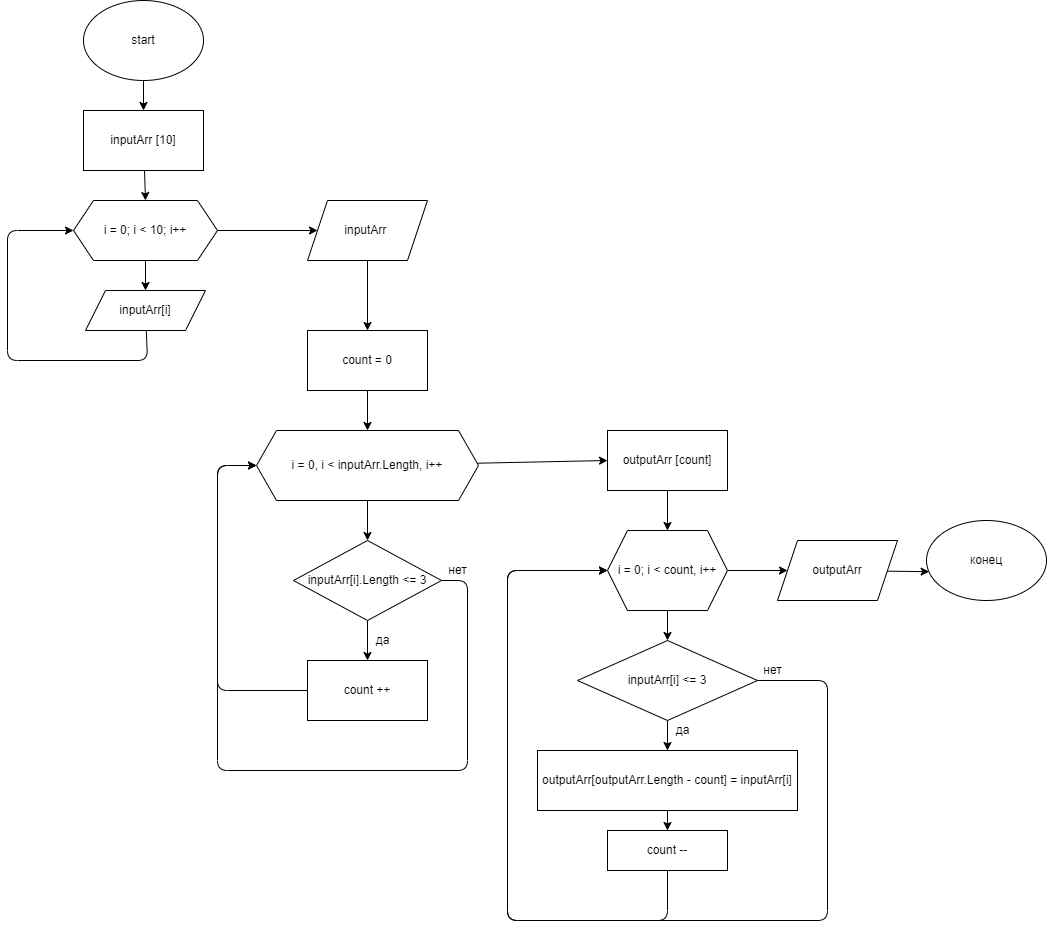
The draw.io diagram test.drawio.png in Ksulka/TestWork_07_22, before a commit. Source tidied: cells renumbered, new cells last; positions are measured from the earlier drawing's top-left corner, leaving out a move shared by most shapes. The source it was exported from:
```xml
<mxGraphModel>
  <root>
    <mxCell id="0" />
    <mxCell id="1" parent="0" />
    <mxCell id="2" style="edgeStyle=none;html=1;entryX=0.5;entryY=0;entryDx=0;entryDy=0;" parent="1" edge="1" source="3" target="10">
      <mxGeometry relative="1" as="geometry" />
    </mxCell>
    <mxCell id="3" value="start" style="ellipse;whiteSpace=wrap;html=1;" parent="1" vertex="1">
      <mxGeometry x="76" width="120" height="80" as="geometry" />
    </mxCell>
    <mxCell id="4" style="edgeStyle=none;html=1;entryX=0.5;entryY=0;entryDx=0;entryDy=0;" parent="1" edge="1" source="6" target="8">
      <mxGeometry relative="1" as="geometry" />
    </mxCell>
    <mxCell id="5" style="edgeStyle=none;html=1;" parent="1" edge="1" source="6" target="36">
      <mxGeometry relative="1" as="geometry" />
    </mxCell>
    <mxCell id="6" value="i = 0; i &amp;lt; 10; i++" style="shape=hexagon;perimeter=hexagonPerimeter2;whiteSpace=wrap;html=1;fixedSize=1;" parent="1" vertex="1">
      <mxGeometry x="66" y="200" width="144" height="60" as="geometry" />
    </mxCell>
    <mxCell id="7" style="edgeStyle=none;html=1;entryX=0;entryY=0.5;entryDx=0;entryDy=0;" parent="1" edge="1" source="8" target="6">
      <mxGeometry relative="1" as="geometry">
        <Array as="points">
          <mxPoint x="140" y="360" />
          <mxPoint y="360" />
          <mxPoint y="230" />
        </Array>
      </mxGeometry>
    </mxCell>
    <mxCell id="8" value="inputArr[i]" style="shape=parallelogram;perimeter=parallelogramPerimeter;whiteSpace=wrap;html=1;fixedSize=1;" parent="1" vertex="1">
      <mxGeometry x="78" y="290" width="120" height="40" as="geometry" />
    </mxCell>
    <mxCell id="9" style="edgeStyle=none;html=1;entryX=0.5;entryY=0;entryDx=0;entryDy=0;" parent="1" edge="1" source="10" target="6">
      <mxGeometry relative="1" as="geometry" />
    </mxCell>
    <mxCell id="10" value="inputArr [10]" style="rounded=0;whiteSpace=wrap;html=1;" parent="1" vertex="1">
      <mxGeometry x="76" y="110" width="120" height="60" as="geometry" />
    </mxCell>
    <mxCell id="11" style="edgeStyle=none;html=1;" parent="1" edge="1" source="12" target="15">
      <mxGeometry relative="1" as="geometry" />
    </mxCell>
    <mxCell id="12" value="count = 0" style="rounded=0;whiteSpace=wrap;html=1;" parent="1" vertex="1">
      <mxGeometry x="300" y="330" width="120" height="60" as="geometry" />
    </mxCell>
    <mxCell id="13" style="edgeStyle=none;html=1;entryX=0.5;entryY=0;entryDx=0;entryDy=0;" parent="1" edge="1" source="15" target="18">
      <mxGeometry relative="1" as="geometry" />
    </mxCell>
    <mxCell id="14" style="edgeStyle=none;html=1;entryX=0;entryY=0.5;entryDx=0;entryDy=0;" parent="1" edge="1" source="15" target="25">
      <mxGeometry relative="1" as="geometry" />
    </mxCell>
    <mxCell id="15" value="i = 0, i &amp;lt; inputArr.Length, i++" style="shape=hexagon;perimeter=hexagonPerimeter2;whiteSpace=wrap;html=1;fixedSize=1;" parent="1" vertex="1">
      <mxGeometry x="249" y="430" width="222" height="70" as="geometry" />
    </mxCell>
    <mxCell id="16" style="edgeStyle=none;html=1;entryX=0.5;entryY=0;entryDx=0;entryDy=0;" parent="1" edge="1" source="18" target="20">
      <mxGeometry relative="1" as="geometry" />
    </mxCell>
    <mxCell id="17" style="edgeStyle=none;html=1;exitX=1;exitY=0.5;exitDx=0;exitDy=0;entryX=0;entryY=0.5;entryDx=0;entryDy=0;" parent="1" edge="1" source="18" target="15">
      <mxGeometry relative="1" as="geometry">
        <Array as="points">
          <mxPoint x="460" y="580" />
          <mxPoint x="460" y="770" />
          <mxPoint x="210" y="770" />
          <mxPoint x="210" y="465" />
        </Array>
      </mxGeometry>
    </mxCell>
    <mxCell id="18" value="inputArr[i].Length &amp;lt;= 3" style="rhombus;whiteSpace=wrap;html=1;" parent="1" vertex="1">
      <mxGeometry x="286" y="540" width="148" height="80" as="geometry" />
    </mxCell>
    <mxCell id="19" style="edgeStyle=none;html=1;entryX=0;entryY=0.5;entryDx=0;entryDy=0;" parent="1" edge="1" source="20" target="15">
      <mxGeometry relative="1" as="geometry">
        <Array as="points">
          <mxPoint x="210" y="690" />
          <mxPoint x="210" y="465" />
        </Array>
      </mxGeometry>
    </mxCell>
    <mxCell id="20" value="count ++" style="rounded=0;whiteSpace=wrap;html=1;" parent="1" vertex="1">
      <mxGeometry x="300" y="660" width="120" height="60" as="geometry" />
    </mxCell>
    <mxCell id="21" style="edgeStyle=none;html=1;entryX=0.5;entryY=0;entryDx=0;entryDy=0;" parent="1" edge="1" source="23" target="28">
      <mxGeometry relative="1" as="geometry" />
    </mxCell>
    <mxCell id="22" style="edgeStyle=none;html=1;entryX=0;entryY=0.5;entryDx=0;entryDy=0;" parent="1" edge="1" source="23" target="34">
      <mxGeometry relative="1" as="geometry" />
    </mxCell>
    <mxCell id="23" value="i = 0; i &amp;lt; count, i++" style="shape=hexagon;perimeter=hexagonPerimeter2;whiteSpace=wrap;html=1;fixedSize=1;" parent="1" vertex="1">
      <mxGeometry x="600" y="530" width="120" height="80" as="geometry" />
    </mxCell>
    <mxCell id="24" style="edgeStyle=none;html=1;entryX=0.5;entryY=0;entryDx=0;entryDy=0;" parent="1" edge="1" source="25" target="23">
      <mxGeometry relative="1" as="geometry" />
    </mxCell>
    <mxCell id="25" value="outputArr [count]" style="rounded=0;whiteSpace=wrap;html=1;" parent="1" vertex="1">
      <mxGeometry x="600" y="430" width="120" height="60" as="geometry" />
    </mxCell>
    <mxCell id="26" style="edgeStyle=none;html=1;" parent="1" edge="1" source="28" target="30">
      <mxGeometry relative="1" as="geometry" />
    </mxCell>
    <mxCell id="27" style="edgeStyle=none;html=1;entryX=0;entryY=0.5;entryDx=0;entryDy=0;" parent="1" edge="1" source="28" target="23">
      <mxGeometry relative="1" as="geometry">
        <Array as="points">
          <mxPoint x="820" y="680" />
          <mxPoint x="820" y="920" />
          <mxPoint x="500" y="920" />
          <mxPoint x="500" y="750" />
          <mxPoint x="500" y="570" />
        </Array>
      </mxGeometry>
    </mxCell>
    <mxCell id="28" value="inputArr[i] &amp;lt;= 3" style="rhombus;whiteSpace=wrap;html=1;" parent="1" vertex="1">
      <mxGeometry x="570" y="640" width="180" height="80" as="geometry" />
    </mxCell>
    <mxCell id="29" style="edgeStyle=none;html=1;entryX=0.5;entryY=0;entryDx=0;entryDy=0;" parent="1" edge="1" source="30" target="32">
      <mxGeometry relative="1" as="geometry" />
    </mxCell>
    <mxCell id="30" value="outputArr[outputArr.Length - count] = inputArr[i]" style="rounded=0;whiteSpace=wrap;html=1;" parent="1" vertex="1">
      <mxGeometry x="530" y="750" width="260" height="60" as="geometry" />
    </mxCell>
    <mxCell id="31" style="edgeStyle=none;html=1;" parent="1" edge="1" source="32">
      <mxGeometry relative="1" as="geometry">
        <mxPoint x="600" y="570" as="targetPoint" />
        <Array as="points">
          <mxPoint x="660" y="920" />
          <mxPoint x="500" y="920" />
          <mxPoint x="500" y="570" />
        </Array>
      </mxGeometry>
    </mxCell>
    <mxCell id="32" value="count --" style="rounded=0;whiteSpace=wrap;html=1;" parent="1" vertex="1">
      <mxGeometry x="600" y="830" width="120" height="40" as="geometry" />
    </mxCell>
    <mxCell id="33" style="edgeStyle=none;html=1;entryX=0.022;entryY=0.64;entryDx=0;entryDy=0;entryPerimeter=0;" parent="1" edge="1" source="34" target="37">
      <mxGeometry relative="1" as="geometry" />
    </mxCell>
    <mxCell id="34" value="outputArr" style="shape=parallelogram;perimeter=parallelogramPerimeter;whiteSpace=wrap;html=1;fixedSize=1;" parent="1" vertex="1">
      <mxGeometry x="770" y="540" width="120" height="60" as="geometry" />
    </mxCell>
    <mxCell id="35" style="edgeStyle=none;html=1;entryX=0.5;entryY=0;entryDx=0;entryDy=0;" parent="1" edge="1" source="36" target="12">
      <mxGeometry relative="1" as="geometry" />
    </mxCell>
    <mxCell id="36" value="inputArr&amp;nbsp;" style="shape=parallelogram;perimeter=parallelogramPerimeter;whiteSpace=wrap;html=1;fixedSize=1;" parent="1" vertex="1">
      <mxGeometry x="300" y="200" width="120" height="60" as="geometry" />
    </mxCell>
    <mxCell id="37" value="конец" style="ellipse;whiteSpace=wrap;html=1;" parent="1" vertex="1">
      <mxGeometry x="919" y="520" width="120" height="80" as="geometry" />
    </mxCell>
    <mxCell id="38" value="нет" style="text;html=1;align=center;verticalAlign=middle;strokeColor=none;fillColor=none;" parent="1" vertex="1">
      <mxGeometry x="435" y="560" width="30" height="20" as="geometry" />
    </mxCell>
    <mxCell id="39" value="да" style="text;html=1;align=center;verticalAlign=middle;strokeColor=none;fillColor=none;" parent="1" vertex="1">
      <mxGeometry x="360" y="630" width="30" height="20" as="geometry" />
    </mxCell>
    <mxCell id="40" value="да" style="text;html=1;align=center;verticalAlign=middle;strokeColor=none;fillColor=none;" parent="1" vertex="1">
      <mxGeometry x="660" y="720" width="30" height="20" as="geometry" />
    </mxCell>
    <mxCell id="41" value="нет" style="text;html=1;align=center;verticalAlign=middle;strokeColor=none;fillColor=none;" parent="1" vertex="1">
      <mxGeometry x="750" y="660" width="30" height="20" as="geometry" />
    </mxCell>
  </root>
</mxGraphModel>
```
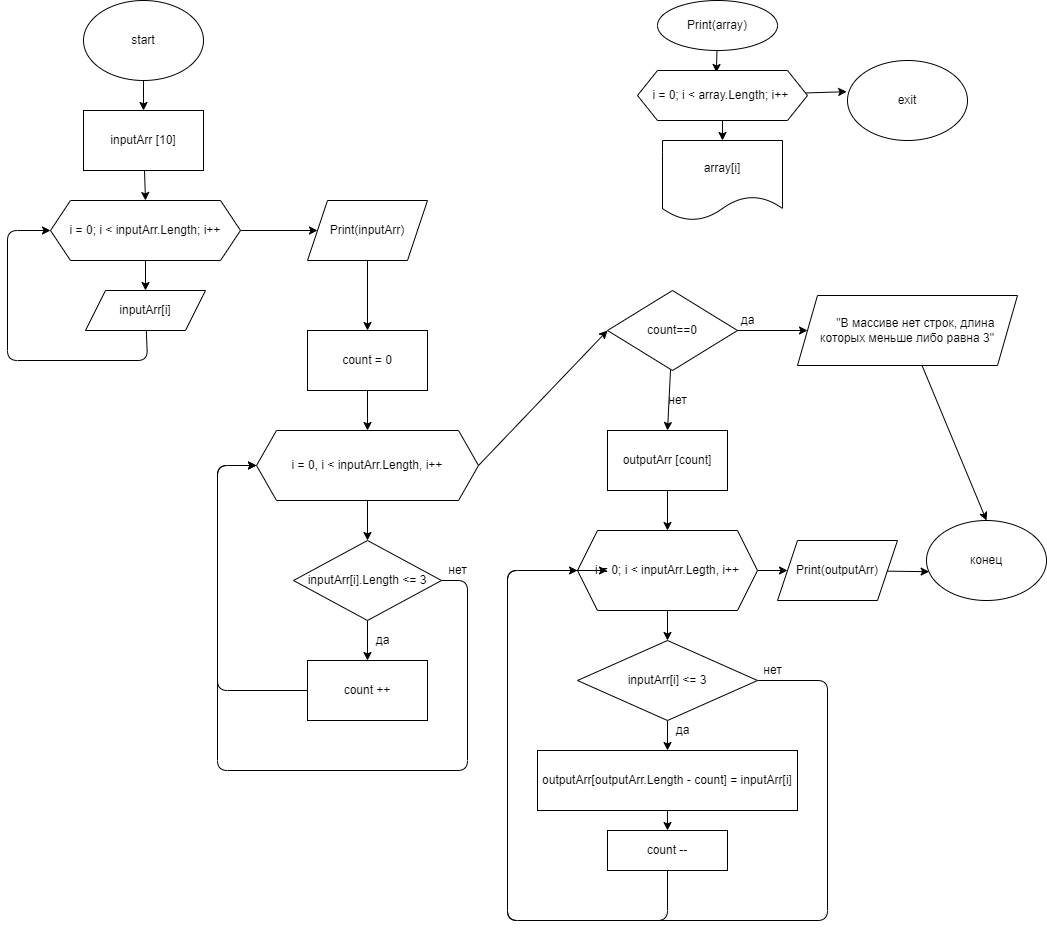
Later version of the same file.

Commit message:
Создала черновую ветку и решала задачу в ней, внесла правки также в блок-схему

What changed in the source:
```diff
@@ -14,8 +14,8 @@
     <mxCell id="5" style="edgeStyle=none;html=1;" parent="1" edge="1" source="6" target="36">
       <mxGeometry relative="1" as="geometry" />
     </mxCell>
-    <mxCell id="6" value="i = 0; i &amp;lt; 10; i++" style="shape=hexagon;perimeter=hexagonPerimeter2;whiteSpace=wrap;html=1;fixedSize=1;" parent="1" vertex="1">
-      <mxGeometry x="66" y="200" width="144" height="60" as="geometry" />
+    <mxCell id="6" value="i = 0; i &amp;lt; inputArr.Length; i++" style="shape=hexagon;perimeter=hexagonPerimeter2;whiteSpace=wrap;html=1;fixedSize=1;" parent="1" vertex="1">
+      <mxGeometry x="43" y="200" width="190" height="60" as="geometry" />
     </mxCell>
     <mxCell id="7" style="edgeStyle=none;html=1;entryX=0;entryY=0.5;entryDx=0;entryDy=0;" parent="1" edge="1" source="8" target="6">
       <mxGeometry relative="1" as="geometry">
@@ -44,7 +44,7 @@
     <mxCell id="13" style="edgeStyle=none;html=1;entryX=0.5;entryY=0;entryDx=0;entryDy=0;" parent="1" edge="1" source="15" target="18">
       <mxGeometry relative="1" as="geometry" />
     </mxCell>
-    <mxCell id="14" style="edgeStyle=none;html=1;entryX=0;entryY=0.5;entryDx=0;entryDy=0;" parent="1" edge="1" source="15" target="25">
+    <mxCell id="14" style="edgeStyle=none;html=1;entryX=0;entryY=0.5;entryDx=0;entryDy=0;exitX=1;exitY=0.5;exitDx=0;exitDy=0;" parent="1" edge="1" source="15" target="46">
       <mxGeometry relative="1" as="geometry" />
     </mxCell>
     <mxCell id="15" value="i = 0, i &amp;lt; inputArr.Length, i++" style="shape=hexagon;perimeter=hexagonPerimeter2;whiteSpace=wrap;html=1;fixedSize=1;" parent="1" vertex="1">
@@ -83,8 +83,8 @@
     <mxCell id="22" style="edgeStyle=none;html=1;entryX=0;entryY=0.5;entryDx=0;entryDy=0;" parent="1" edge="1" source="23" target="34">
       <mxGeometry relative="1" as="geometry" />
     </mxCell>
-    <mxCell id="23" value="i = 0; i &amp;lt; count, i++" style="shape=hexagon;perimeter=hexagonPerimeter2;whiteSpace=wrap;html=1;fixedSize=1;" parent="1" vertex="1">
-      <mxGeometry x="600" y="530" width="120" height="80" as="geometry" />
+    <mxCell id="23" value="i = 0; i &amp;lt; inputArr.Legth, i++" style="shape=hexagon;perimeter=hexagonPerimeter2;whiteSpace=wrap;html=1;fixedSize=1;" parent="1" vertex="1">
+      <mxGeometry x="570" y="530" width="180" height="80" as="geometry" />
     </mxCell>
     <mxCell id="24" style="edgeStyle=none;html=1;entryX=0.5;entryY=0;entryDx=0;entryDy=0;" parent="1" edge="1" source="25" target="23">
       <mxGeometry relative="1" as="geometry" />
@@ -131,13 +131,13 @@
     <mxCell id="33" style="edgeStyle=none;html=1;entryX=0.022;entryY=0.64;entryDx=0;entryDy=0;entryPerimeter=0;" parent="1" edge="1" source="34" target="37">
       <mxGeometry relative="1" as="geometry" />
     </mxCell>
-    <mxCell id="34" value="outputArr" style="shape=parallelogram;perimeter=parallelogramPerimeter;whiteSpace=wrap;html=1;fixedSize=1;" parent="1" vertex="1">
+    <mxCell id="34" value="Print(outputArr)" style="shape=parallelogram;perimeter=parallelogramPerimeter;whiteSpace=wrap;html=1;fixedSize=1;" parent="1" vertex="1">
       <mxGeometry x="770" y="540" width="120" height="60" as="geometry" />
     </mxCell>
     <mxCell id="35" style="edgeStyle=none;html=1;entryX=0.5;entryY=0;entryDx=0;entryDy=0;" parent="1" edge="1" source="36" target="12">
       <mxGeometry relative="1" as="geometry" />
     </mxCell>
-    <mxCell id="36" value="inputArr&amp;nbsp;" style="shape=parallelogram;perimeter=parallelogramPerimeter;whiteSpace=wrap;html=1;fixedSize=1;" parent="1" vertex="1">
+    <mxCell id="36" value="Print(inputArr)" style="shape=parallelogram;perimeter=parallelogramPerimeter;whiteSpace=wrap;html=1;fixedSize=1;" parent="1" vertex="1">
       <mxGeometry x="300" y="200" width="120" height="60" as="geometry" />
     </mxCell>
     <mxCell id="37" value="конец" style="ellipse;whiteSpace=wrap;html=1;" parent="1" vertex="1">
@@ -155,5 +155,47 @@
     <mxCell id="41" value="нет" style="text;html=1;align=center;verticalAlign=middle;strokeColor=none;fillColor=none;" parent="1" vertex="1">
       <mxGeometry x="750" y="660" width="30" height="20" as="geometry" />
     </mxCell>
+    <mxCell id="42" style="edgeStyle=none;html=1;entryX=0.464;entryY=0.04;entryDx=0;entryDy=0;entryPerimeter=0;" parent="1" edge="1" source="43" target="53">
+      <mxGeometry relative="1" as="geometry" />
+    </mxCell>
+    <mxCell id="43" value="Print(array)" style="ellipse;whiteSpace=wrap;html=1;" parent="1" vertex="1">
+      <mxGeometry x="650" width="120" height="50" as="geometry" />
+    </mxCell>
+    <mxCell id="44" style="edgeStyle=none;html=1;entryX=0.5;entryY=0;entryDx=0;entryDy=0;" parent="1" edge="1" source="46" target="25">
+      <mxGeometry relative="1" as="geometry" />
+    </mxCell>
+    <mxCell id="45" style="edgeStyle=none;html=1;entryX=0;entryY=0.5;entryDx=0;entryDy=0;" parent="1" edge="1" source="46" target="49">
+      <mxGeometry relative="1" as="geometry" />
+    </mxCell>
+    <mxCell id="46" value="count==0" style="rhombus;whiteSpace=wrap;html=1;" parent="1" vertex="1">
+      <mxGeometry x="600" y="290" width="130" height="80" as="geometry" />
+    </mxCell>
+    <mxCell id="47" value="нет" style="text;html=1;align=center;verticalAlign=middle;strokeColor=none;fillColor=none;" parent="1" vertex="1">
+      <mxGeometry x="655" y="390" width="30" height="20" as="geometry" />
+    </mxCell>
+    <mxCell id="48" style="edgeStyle=none;html=1;entryX=0.5;entryY=0;entryDx=0;entryDy=0;" parent="1" edge="1" source="49" target="37">
+      <mxGeometry relative="1" as="geometry" />
+    </mxCell>
+    <mxCell id="49" value="&amp;nbsp; &amp;nbsp; &amp;nbsp;&quot;В массиве нет строк, длина которых меньше либо равна 3&quot;" style="shape=parallelogram;perimeter=parallelogramPerimeter;whiteSpace=wrap;html=1;fixedSize=1;" parent="1" vertex="1">
+      <mxGeometry x="790" y="295" width="220" height="70" as="geometry" />
+    </mxCell>
+    <mxCell id="50" value="да" style="text;html=1;align=center;verticalAlign=middle;strokeColor=none;fillColor=none;" parent="1" vertex="1">
+      <mxGeometry x="725" y="310" width="30" height="20" as="geometry" />
+    </mxCell>
+    <mxCell id="51" style="edgeStyle=none;html=1;entryX=0.5;entryY=0;entryDx=0;entryDy=0;" parent="1" edge="1" source="53" target="54">
+      <mxGeometry relative="1" as="geometry" />
+    </mxCell>
+    <mxCell id="52" style="edgeStyle=none;html=1;entryX=-0.007;entryY=0.39;entryDx=0;entryDy=0;entryPerimeter=0;" parent="1" edge="1" source="53" target="55">
+      <mxGeometry relative="1" as="geometry" />
+    </mxCell>
+    <mxCell id="53" value="i = 0; i &amp;lt; array.Length; i++&amp;nbsp;" style="shape=hexagon;perimeter=hexagonPerimeter2;whiteSpace=wrap;html=1;fixedSize=1;" parent="1" vertex="1">
+      <mxGeometry x="630" y="70" width="170" height="50" as="geometry" />
+    </mxCell>
+    <mxCell id="54" value="array[i]" style="shape=document;whiteSpace=wrap;html=1;boundedLbl=1;" parent="1" vertex="1">
+      <mxGeometry x="655" y="140" width="120" height="80" as="geometry" />
+    </mxCell>
+    <mxCell id="55" value="exit" style="ellipse;whiteSpace=wrap;html=1;" parent="1" vertex="1">
+      <mxGeometry x="840" y="60" width="120" height="80" as="geometry" />
+    </mxCell>
   </root>
 </mxGraphModel>
```
